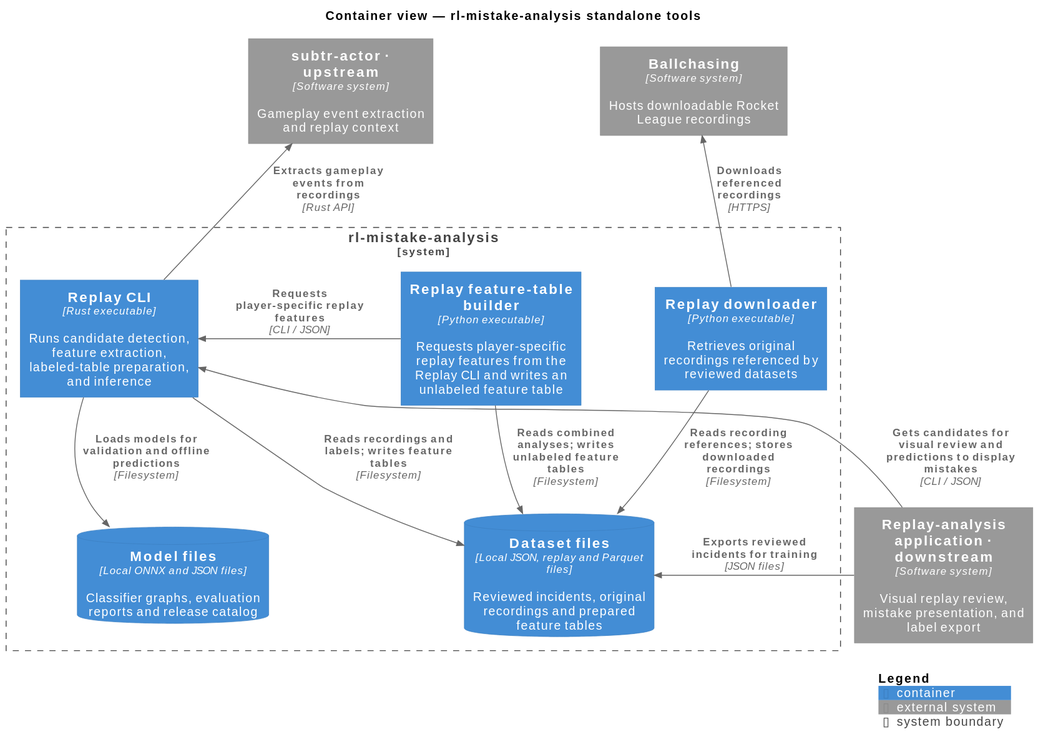
alina-afanaseva/rl-mistake-analysis keeps this PlantUML diagram as docs/architecture/containers.svg. Above is the earlier version.
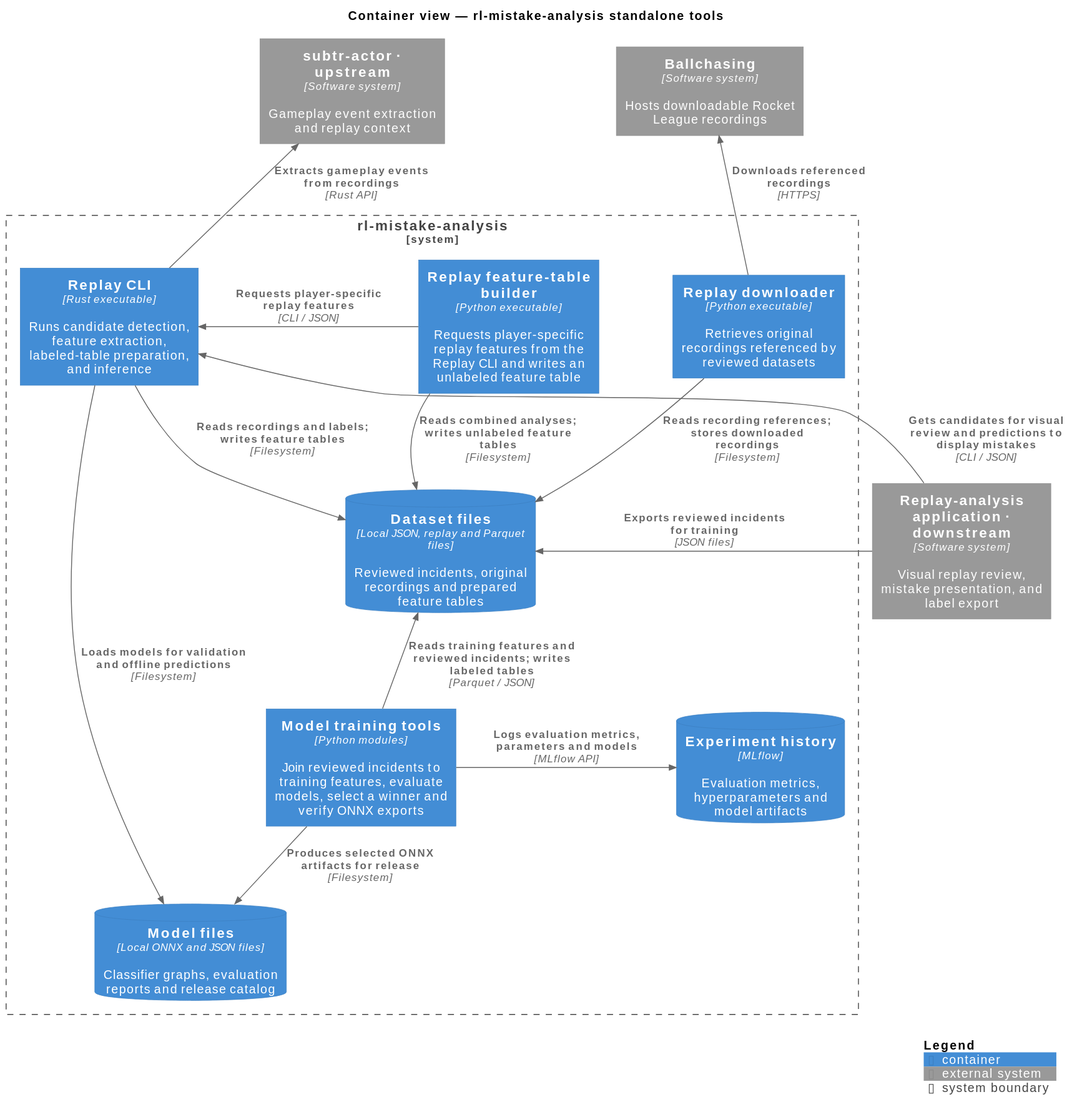
Above is the later version.

Diff of the diagram source:
```diff
@@ -14,8 +14,10 @@
     Container(cli, "Replay CLI", "Rust executable", "Runs candidate detection, feature extraction, labeled-table preparation, and inference")
     Container(builder, "Replay feature-table builder", "Python executable", "Requests player-specific replay features from the Replay CLI and writes an unlabeled feature table")
     Container(downloader, "Replay downloader", "Python executable", "Retrieves original recordings referenced by reviewed datasets")
+    Container(training, "Model training tools", "Python modules", "Join reviewed incidents to training features, evaluate models, select a winner and verify ONNX exports")
     ContainerDb(dataset, "Dataset files", "Local JSON, replay and Parquet files", "Reviewed incidents, original recordings and prepared feature tables")
     ContainerDb(models, "Model files", "Local ONNX and JSON files", "Classifier graphs, evaluation reports and release catalog")
+    ContainerDb(tracking, "Experiment history", "MLflow", "Evaluation metrics, hyperparameters and model artifacts")
 }
 
 Rel_U(consumer, cli, "Gets candidates for visual review and predictions to display mistakes", "CLI / JSON")
@@ -27,6 +29,9 @@
 Rel_D(downloader, dataset, "Reads recording references; stores downloaded recordings", "Filesystem")
 Rel_L(builder, cli, "Requests player-specific replay features", "CLI / JSON")
 Rel_D(builder, dataset, "Reads combined analyses; writes unlabeled feature tables", "Filesystem")
+Rel_D(training, dataset, "Reads training features and reviewed incidents; writes labeled tables", "Parquet / JSON")
+Rel_D(training, models, "Produces selected ONNX artifacts for release", "Filesystem")
+Rel_R(training, tracking, "Logs evaluation metrics, parameters and models", "MLflow API")
 Lay_R(cli, builder)
 Lay_R(builder, downloader)
 Lay_D(cli, models)
@@ -34,5 +39,6 @@
 Lay_D(downloader, dataset)
 Lay_R(supplier, recordings)
 Lay_R(dataset, consumer)
+Lay_D(dataset, training)
 SHOW_LEGEND($details=None())
 @enduml
```
